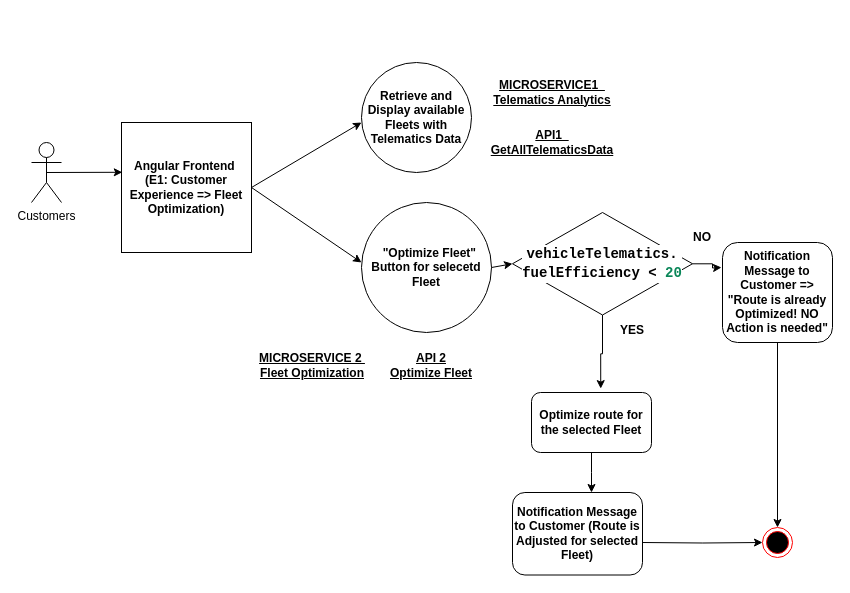
atheeswaran/Dissertation_VehicleAPIPlatform keeps this draw.io diagram as E1-SafetyAlerts.drawio. Above is the earlier version. Source tidied: cells renumbered, new cells numbered last; positions are measured from the earlier drawing's top-left corner, leaving out a move shared by most shapes. Both pictures are drawn from the tidied source at 100%, with x=0, y=0 at pixel (31, 62).
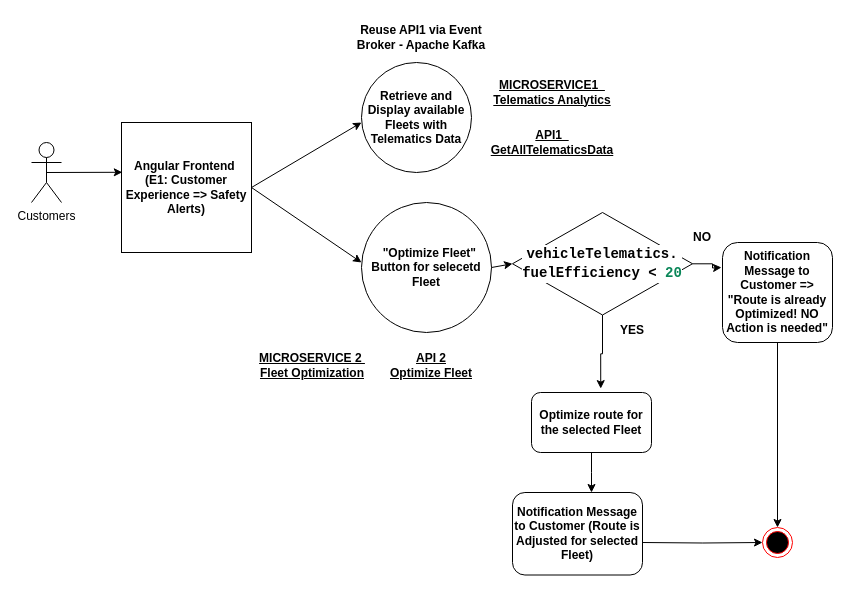
The same diagram, later.

The edit, as a diff of the source:
```diff
@@
-    <mxCell id="3" value="&lt;b&gt;Angular Frontend&amp;nbsp; (E1: Customer Experience =&amp;gt; Fleet Optimization)&lt;/b&gt;" style="whiteSpace=wrap;html=1;" parent="1" vertex="1">
+    <mxCell id="3" value="&lt;b&gt;Angular Frontend&amp;nbsp; (E1: Customer Experience =&amp;gt; Safety Alerts)&lt;/b&gt;" style="whiteSpace=wrap;html=1;" parent="1" vertex="1">
       <mxGeometry x="90" y="60" width="130" height="130" as="geometry" />
     </mxCell>
@@
+    <mxCell id="26" value="&lt;b&gt;Reuse API1 via Event Broker - Apache Kafka&lt;/b&gt;" style="text;html=1;strokeColor=none;fillColor=none;align=center;verticalAlign=middle;whiteSpace=wrap;rounded=0;" parent="1" vertex="1">
+      <mxGeometry x="318.5" y="-45" width="141.5" height="40" as="geometry" />
+    </mxCell>
```
